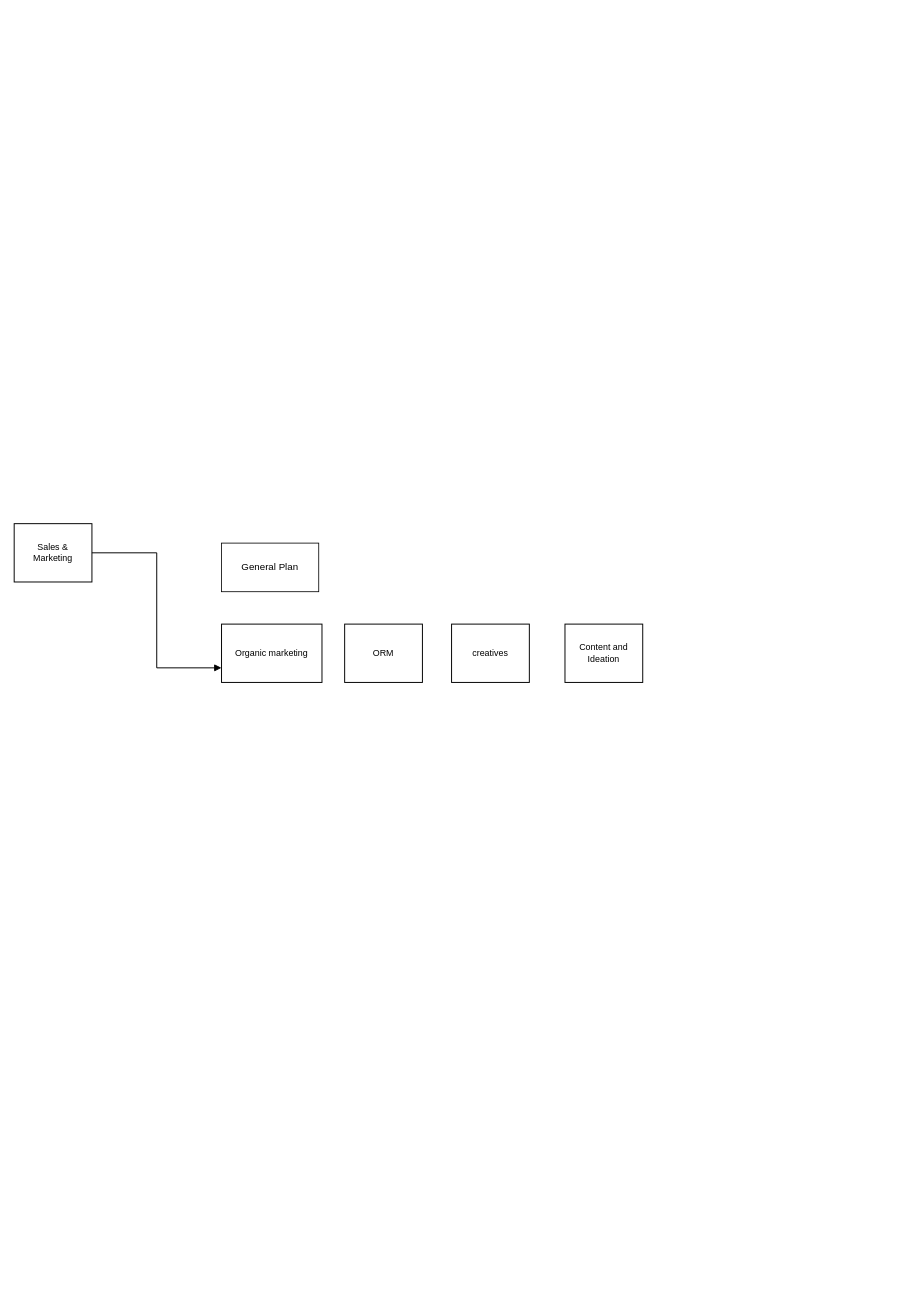
This is page "File Tree arrangement for sales and marketing" (3 of 3) of File tree arrangement.drawio from yuvarajsvm/Shared, a draw.io file, before an edit. Source tidied: cells renumbered, new cells numbered last; positions are measured from the earlier drawing's top-left corner, leaving out a move shared by most shapes. Both pictures are drawn from the tidied source at 81%, with x=0, y=0 at pixel (14, 523).
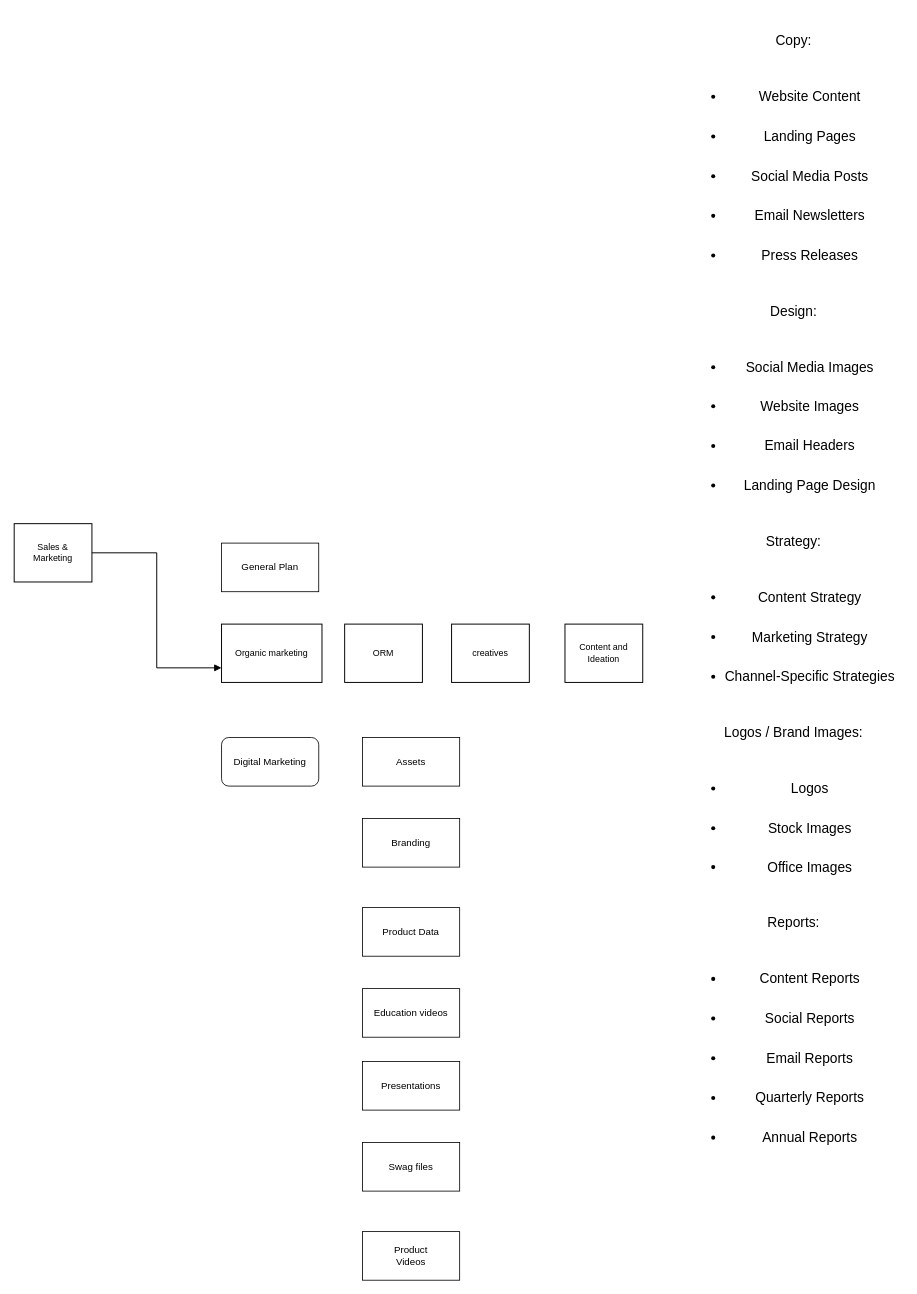
The same page after the edit.

What changed in the source:
```diff
@@
 <mxGraphModel>
   <root>
     <mxCell id="0" />
     <mxCell id="1" parent="0" />
     <mxCell id="2" value="Sales &amp; Marketing  " style="html=1;whiteSpace=wrap;fontSize=11;fontColor=#000000;spacing=5;strokeOpacity=100;strokeWidth=1.2;" parent="1" vertex="1">
       <mxGeometry width="96" height="72" as="geometry" />
     </mxCell>
     <mxCell id="3" value="Organic marketing&lt;br&gt;" style="html=1;whiteSpace=wrap;fontSize=11;fontColor=#000000;spacing=5;strokeOpacity=100;strokeWidth=1.2;" parent="1" vertex="1">
       <mxGeometry x="256" y="124" width="124" height="72" as="geometry" />
     </mxCell>
     <mxCell id="4" value="ORM" style="html=1;whiteSpace=wrap;fontSize=11;fontColor=#000000;spacing=5;strokeOpacity=100;strokeWidth=1.2;" parent="1" vertex="1">
       <mxGeometry x="408" y="124" width="96" height="72" as="geometry" />
     </mxCell>
     <mxCell id="5" value="creatives" style="html=1;whiteSpace=wrap;fontSize=11;fontColor=#000000;spacing=5;strokeOpacity=100;strokeWidth=1.2;" parent="1" vertex="1">
       <mxGeometry x="540" y="124" width="96" height="72" as="geometry" />
     </mxCell>
     <mxCell id="6" style="html=1;jettySize=18;fontSize=11;strokeOpacity=100;strokeWidth=1.2;rounded=1;arcSize=0;edgeStyle=orthogonalEdgeStyle;startArrow=none;endArrow=block;endFill=1;exitX=1.00625;exitY=0.5;exitPerimeter=1;entryX=0;entryY=0.75;entryDx=0;entryDy=0;" parent="1" edge="1" source="2" target="3">
       <mxGeometry relative="1" as="geometry" />
     </mxCell>
     <mxCell id="7" value="Content and Ideation" style="html=1;whiteSpace=wrap;fontSize=11;fontColor=#000000;spacing=5;strokeOpacity=100;strokeWidth=1.2;" parent="1" vertex="1">
       <mxGeometry x="680" y="124" width="96" height="72" as="geometry" />
     </mxCell>
     <mxCell id="8" value="General Plan" style="rounded=0;whiteSpace=wrap;html=1;" parent="1" vertex="1">
       <mxGeometry x="256" y="24" width="120" height="60" as="geometry" />
     </mxCell>
+    <mxCell id="9" value="Digital Marketing&lt;br&gt;" style="rounded=1;whiteSpace=wrap;html=1;" parent="1" vertex="1">
+      <mxGeometry x="256" y="264" width="120" height="60" as="geometry" />
+    </mxCell>
+    <mxCell id="10" value="Assets" style="rounded=0;whiteSpace=wrap;html=1;" parent="1" vertex="1">
+      <mxGeometry x="430" y="264" width="120" height="60" as="geometry" />
+    </mxCell>
+    <mxCell id="11" value="Branding" style="rounded=0;whiteSpace=wrap;html=1;" parent="1" vertex="1">
+      <mxGeometry x="430" y="364" width="120" height="60" as="geometry" />
+    </mxCell>
+    <mxCell id="12" value="Product Data" style="rounded=0;whiteSpace=wrap;html=1;" parent="1" vertex="1">
+      <mxGeometry x="430" y="474" width="120" height="60" as="geometry" />
+    </mxCell>
+    <mxCell id="13" value="Education videos" style="rounded=0;whiteSpace=wrap;html=1;" parent="1" vertex="1">
+      <mxGeometry x="430" y="574" width="120" height="60" as="geometry" />
+    </mxCell>
+    <mxCell id="14" value="Presentations&lt;br&gt;" style="rounded=0;whiteSpace=wrap;html=1;" parent="1" vertex="1">
+      <mxGeometry x="430" y="664" width="120" height="60" as="geometry" />
+    </mxCell>
+    <mxCell id="15" value="Swag files" style="rounded=0;whiteSpace=wrap;html=1;" parent="1" vertex="1">
+      <mxGeometry x="430" y="764" width="120" height="60" as="geometry" />
+    </mxCell>
+    <mxCell id="16" value="Product &lt;br&gt;Videos" style="rounded=0;whiteSpace=wrap;html=1;" parent="1" vertex="1">
+      <mxGeometry x="430" y="874" width="120" height="60" as="geometry" />
+    </mxCell>
+    <mxCell id="17" value="&lt;p style=&quot;box-sizing: border-box ; margin: 20px 0px ; font-family: , sans-serif ; font-size: 17px ; line-height: 28.9px&quot;&gt;&lt;span style=&quot;box-sizing: border-box ; font-family: , sans-serif&quot;&gt;Copy:&lt;/span&gt;&lt;/p&gt;&lt;ul style=&quot;box-sizing: border-box ; margin: 40px 0px ; font-family: , sans-serif ; font-size: 15px&quot;&gt;&lt;li style=&quot;box-sizing: border-box ; font-size: 17px ; line-height: 28.9px ; margin: 20px 0px&quot;&gt;Website Content&lt;/li&gt;&lt;li style=&quot;box-sizing: border-box ; font-size: 17px ; line-height: 28.9px ; margin: 20px 0px&quot;&gt;Landing Pages&lt;/li&gt;&lt;li style=&quot;box-sizing: border-box ; font-size: 17px ; line-height: 28.9px ; margin: 20px 0px&quot;&gt;Social Media Posts&lt;/li&gt;&lt;li style=&quot;box-sizing: border-box ; font-size: 17px ; line-height: 28.9px ; margin: 20px 0px&quot;&gt;Email Newsletters&lt;/li&gt;&lt;li style=&quot;box-sizing: border-box ; font-size: 17px ; line-height: 28.9px ; margin: 20px 0px&quot;&gt;Press Releases&lt;/li&gt;&lt;/ul&gt;&lt;p style=&quot;box-sizing: border-box ; margin: 20px 0px ; font-family: , sans-serif ; font-size: 17px ; line-height: 28.9px&quot;&gt;&lt;span style=&quot;box-sizing: border-box ; font-family: , sans-serif&quot;&gt;Design:&lt;/span&gt;&lt;/p&gt;&lt;ul style=&quot;box-sizing: border-box ; margin: 40px 0px ; font-family: , sans-serif ; font-size: 15px&quot;&gt;&lt;li style=&quot;box-sizing: border-box ; font-size: 17px ; line-height: 28.9px ; margin: 20px 0px&quot;&gt;Social Media Images&lt;/li&gt;&lt;li style=&quot;box-sizing: border-box ; font-size: 17px ; line-height: 28.9px ; margin: 20px 0px&quot;&gt;Website Images&lt;/li&gt;&lt;li style=&quot;box-sizing: border-box ; font-size: 17px ; line-height: 28.9px ; margin: 20px 0px&quot;&gt;Email Headers&lt;/li&gt;&lt;li style=&quot;box-sizing: border-box ; font-size: 17px ; line-height: 28.9px ; margin: 20px 0px&quot;&gt;Landing Page Design&lt;/li&gt;&lt;/ul&gt;&lt;p style=&quot;box-sizing: border-box ; margin: 20px 0px ; font-family: , sans-serif ; font-size: 17px ; line-height: 28.9px&quot;&gt;&lt;span style=&quot;box-sizing: border-box ; font-family: , sans-serif&quot;&gt;Strategy:&lt;/span&gt;&lt;/p&gt;&lt;ul style=&quot;box-sizing: border-box ; margin: 40px 0px ; font-family: , sans-serif ; font-size: 15px&quot;&gt;&lt;li style=&quot;box-sizing: border-box ; font-size: 17px ; line-height: 28.9px ; margin: 20px 0px&quot;&gt;Content Strategy&lt;/li&gt;&lt;li style=&quot;box-sizing: border-box ; font-size: 17px ; line-height: 28.9px ; margin: 20px 0px&quot;&gt;Marketing Strategy&lt;/li&gt;&lt;li style=&quot;box-sizing: border-box ; font-size: 17px ; line-height: 28.9px ; margin: 20px 0px&quot;&gt;Channel-Specific Strategies&lt;/li&gt;&lt;/ul&gt;&lt;p style=&quot;box-sizing: border-box ; margin: 20px 0px ; font-family: , sans-serif ; font-size: 17px ; line-height: 28.9px&quot;&gt;&lt;span style=&quot;box-sizing: border-box ; font-family: , sans-serif&quot;&gt;Logos / Brand Images:&lt;/span&gt;&lt;/p&gt;&lt;ul style=&quot;box-sizing: border-box ; margin: 40px 0px ; font-family: , sans-serif ; font-size: 15px&quot;&gt;&lt;li style=&quot;box-sizing: border-box ; font-size: 17px ; line-height: 28.9px ; margin: 20px 0px&quot;&gt;Logos&lt;/li&gt;&lt;li style=&quot;box-sizing: border-box ; font-size: 17px ; line-height: 28.9px ; margin: 20px 0px&quot;&gt;Stock Images&lt;/li&gt;&lt;li style=&quot;box-sizing: border-box ; font-size: 17px ; line-height: 28.9px ; margin: 20px 0px&quot;&gt;Office Images&lt;/li&gt;&lt;/ul&gt;&lt;p style=&quot;box-sizing: border-box ; margin: 20px 0px ; font-family: , sans-serif ; font-size: 17px ; line-height: 28.9px&quot;&gt;&lt;span style=&quot;box-sizing: border-box ; font-family: , sans-serif&quot;&gt;Reports:&lt;/span&gt;&lt;/p&gt;&lt;ul style=&quot;box-sizing: border-box ; margin: 40px 0px ; font-family: , sans-serif ; font-size: 15px&quot;&gt;&lt;li style=&quot;box-sizing: border-box ; font-size: 17px ; line-height: 28.9px ; margin: 20px 0px&quot;&gt;Content Reports&lt;/li&gt;&lt;li style=&quot;box-sizing: border-box ; font-size: 17px ; line-height: 28.9px ; margin: 20px 0px&quot;&gt;Social Reports&lt;/li&gt;&lt;li style=&quot;box-sizing: border-box ; font-size: 17px ; line-height: 28.9px ; margin: 20px 0px&quot;&gt;Email Reports&lt;/li&gt;&lt;li style=&quot;box-sizing: border-box ; font-size: 17px ; line-height: 28.9px ; margin: 20px 0px&quot;&gt;Quarterly Reports&lt;/li&gt;&lt;li style=&quot;box-sizing: border-box ; font-size: 17px ; line-height: 28.9px ; margin: 20px 0px&quot;&gt;Annual Reports&lt;/li&gt;&lt;/ul&gt;" style="text;html=1;align=center;verticalAlign=middle;" parent="1" vertex="1">
+      <mxGeometry x="827" y="-628" width="270" height="1440" as="geometry" />
+    </mxCell>
   </root>
 </mxGraphModel>
```
